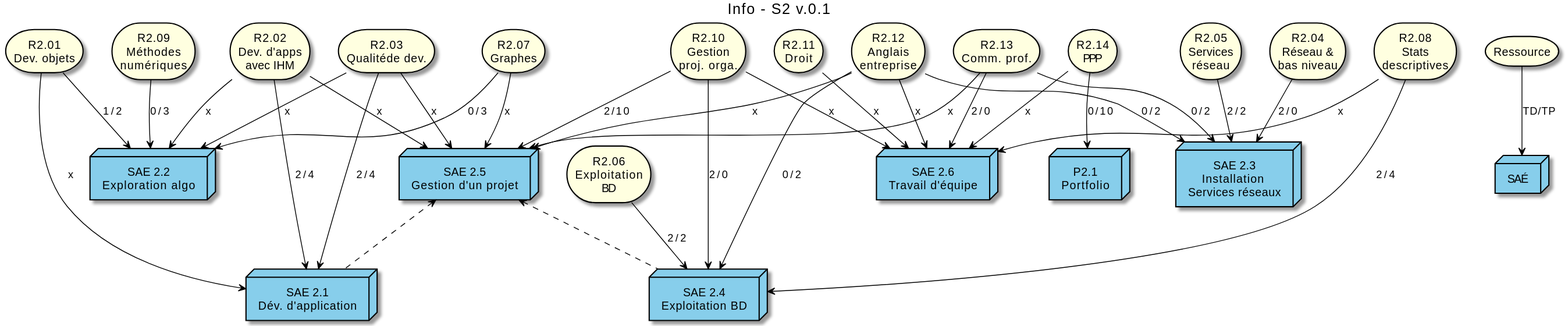
Earlier version of the PlantUML export images/buts2.svg (IUT-Blagnac/BUT-PN2021).
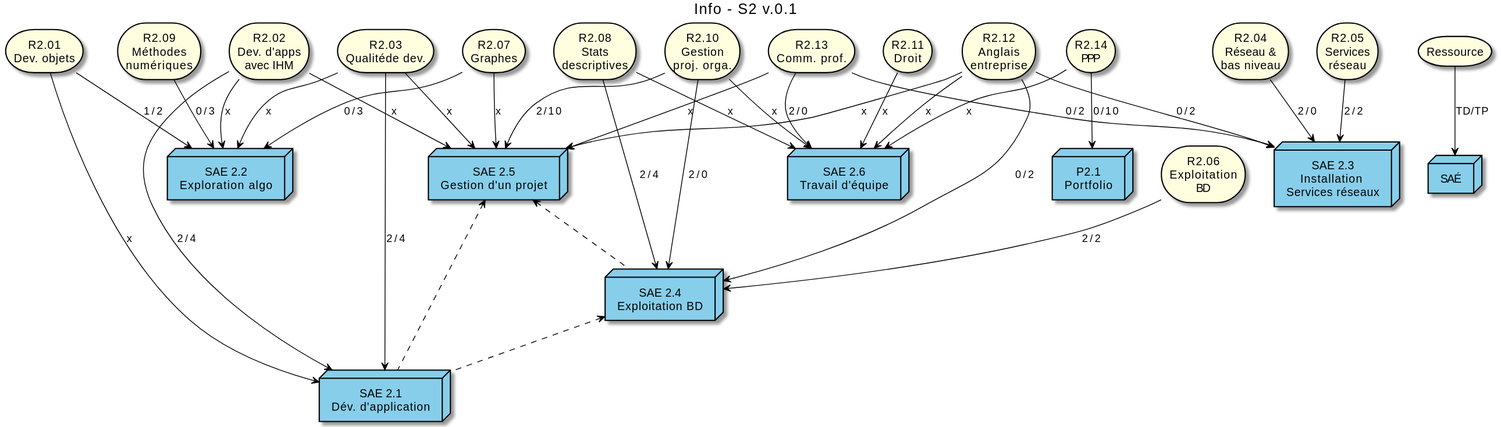
The same diagram one commit later.

What changed in the source:
```diff
@@ -30,6 +30,7 @@
 
 sae25 <.. sae21
 sae25 <.. sae24
+sae24 <.. sae21
 
 title Info - S2 v.0.1
 
```
